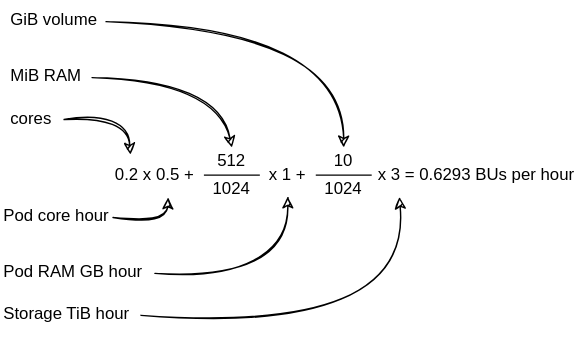
Earlier version of the draw.io export docs/cloud/img/BU-calculation.drawio.svg (CSCfi/csc-user-guide). Source tidied: cells renumbered, new cells last; positions are measured from the earlier drawing's top-left corner, leaving out a move shared by most shapes.
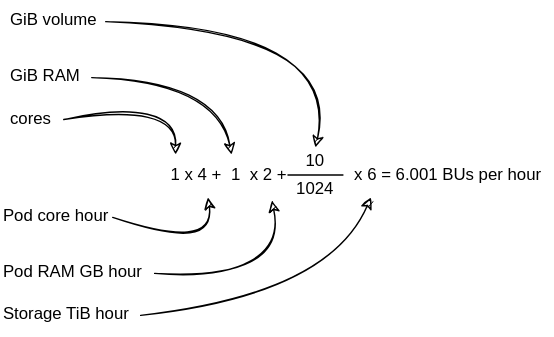
The same diagram one commit later.

The edit, as a diff of the source:
```diff
@@ -2,8 +2,8 @@
   <root>
     <mxCell id="0" />
     <mxCell id="1" parent="0" />
-    <mxCell id="2" value="&amp;nbsp;x 1 +" style="text;html=1;strokeColor=none;fillColor=none;align=center;verticalAlign=middle;whiteSpace=wrap;rounded=0;" parent="1" vertex="1">
-      <mxGeometry x="185" y="110" width="40" height="30" as="geometry" />
+    <mxCell id="2" value="1&amp;nbsp; x 2 +" style="text;html=1;strokeColor=none;fillColor=none;align=center;verticalAlign=middle;whiteSpace=wrap;rounded=0;" parent="1" vertex="1">
+      <mxGeometry x="145" y="110" width="80" height="30" as="geometry" />
     </mxCell>
     <mxCell id="3" value="cores" style="text;html=1;strokeColor=none;fillColor=none;align=left;verticalAlign=middle;whiteSpace=wrap;rounded=0;" parent="1" vertex="1">
       <mxGeometry x="5" y="70" width="40" height="30" as="geometry" />
@@ -11,7 +11,7 @@
     <mxCell id="4" style="curved=1;endArrow=classic;html=1;exitX=1;exitY=0.5;exitDx=0;exitDy=0;sketch=1;entryX=0.25;entryY=0;entryDx=0;entryDy=0;" parent="1" edge="1" source="3" target="7">
       <mxGeometry relative="1" as="geometry">
         <Array as="points">
-          <mxPoint x="90" y="80" />
+          <mxPoint x="125" y="70" />
         </Array>
       </mxGeometry>
     </mxCell>
@@ -21,12 +21,12 @@
     <mxCell id="6" style="curved=1;endArrow=classic;html=1;sketch=1;exitX=1;exitY=0.5;exitDx=0;exitDy=0;entryX=0.635;entryY=1.024;entryDx=0;entryDy=0;entryPerimeter=0;" parent="1" edge="1" source="5" target="7">
       <mxGeometry relative="1" as="geometry">
         <Array as="points">
-          <mxPoint x="119" y="160" />
+          <mxPoint x="155" y="180" />
         </Array>
       </mxGeometry>
     </mxCell>
-    <mxCell id="7" value="0.2 x 0.5 +" style="text;html=1;strokeColor=none;fillColor=none;align=center;verticalAlign=middle;whiteSpace=wrap;rounded=0;" parent="1" vertex="1">
-      <mxGeometry x="75" y="110" width="70" height="30" as="geometry" />
+    <mxCell id="7" value="1 x 4 +" style="text;html=1;strokeColor=none;fillColor=none;align=center;verticalAlign=middle;whiteSpace=wrap;rounded=0;" parent="1" vertex="1">
+      <mxGeometry x="110" y="110" width="60" height="30" as="geometry" />
     </mxCell>
     <mxCell id="8" value="&lt;meta charset=&quot;utf-8&quot;&gt;Pod RAM GB hour" style="text;whiteSpace=wrap;html=1;" parent="1" vertex="1">
       <mxGeometry y="180" width="110" height="30" as="geometry" />
@@ -34,37 +34,25 @@
     <mxCell id="9" value="&lt;meta charset=&quot;utf-8&quot;&gt;Storage TiB hour" style="text;whiteSpace=wrap;html=1;" parent="1" vertex="1">
       <mxGeometry y="210" width="100" height="30" as="geometry" />
     </mxCell>
-    <mxCell id="10" value="&lt;meta charset=&quot;utf-8&quot;&gt;MiB RAM" style="text;whiteSpace=wrap;html=1;" parent="1" vertex="1">
+    <mxCell id="10" value="GiB RAM" style="text;whiteSpace=wrap;html=1;" parent="1" vertex="1">
       <mxGeometry x="5" y="40" width="60" height="30" as="geometry" />
     </mxCell>
-    <mxCell id="11" style="endArrow=none;html=1;sketch=0;" parent="1" edge="1">
-      <mxGeometry relative="1" as="geometry">
-        <mxPoint x="185" y="124.7" as="sourcePoint" />
-        <mxPoint x="145" y="124.7" as="targetPoint" />
-      </mxGeometry>
-    </mxCell>
-    <mxCell id="12" value="x 3 = 0.6293 BUs per hour" style="text;html=1;strokeColor=none;fillColor=none;align=center;verticalAlign=middle;whiteSpace=wrap;rounded=0;" parent="1" vertex="1">
-      <mxGeometry x="265" y="110" width="150" height="30" as="geometry" />
+    <mxCell id="12" value="x 6 = 6.001 BUs per hour" style="text;html=1;strokeColor=none;fillColor=none;align=center;verticalAlign=middle;whiteSpace=wrap;rounded=0;" parent="1" vertex="1">
+      <mxGeometry x="245" y="110" width="150" height="30" as="geometry" />
     </mxCell>
     <mxCell id="13" value="10" style="text;html=1;strokeColor=none;fillColor=none;align=center;verticalAlign=middle;whiteSpace=wrap;rounded=0;" parent="1" vertex="1">
-      <mxGeometry x="215" y="105" width="60" height="20" as="geometry" />
+      <mxGeometry x="195" y="105" width="60" height="20" as="geometry" />
     </mxCell>
     <mxCell id="14" value="1024" style="text;html=1;strokeColor=none;fillColor=none;align=center;verticalAlign=middle;whiteSpace=wrap;rounded=0;" parent="1" vertex="1">
-      <mxGeometry x="215" y="125" width="60" height="20" as="geometry" />
+      <mxGeometry x="195" y="125" width="60" height="20" as="geometry" />
     </mxCell>
     <mxCell id="15" style="endArrow=none;html=1;sketch=0;" parent="1" edge="1">
       <mxGeometry relative="1" as="geometry">
-        <mxPoint x="265" y="124.7" as="sourcePoint" />
-        <mxPoint x="225" y="124.7" as="targetPoint" />
+        <mxPoint x="245" y="124.6" as="sourcePoint" />
+        <mxPoint x="205" y="124.6" as="targetPoint" />
       </mxGeometry>
     </mxCell>
-    <mxCell id="16" value="1024" style="text;html=1;strokeColor=none;fillColor=none;align=center;verticalAlign=middle;whiteSpace=wrap;rounded=0;" parent="1" vertex="1">
-      <mxGeometry x="135" y="125" width="60" height="20" as="geometry" />
-    </mxCell>
-    <mxCell id="17" value="512" style="text;html=1;strokeColor=none;fillColor=none;align=center;verticalAlign=middle;whiteSpace=wrap;rounded=0;" parent="1" vertex="1">
-      <mxGeometry x="135" y="105" width="60" height="20" as="geometry" />
-    </mxCell>
-    <mxCell id="18" style="curved=1;endArrow=classic;html=1;sketch=1;entryX=0.5;entryY=1;entryDx=0;entryDy=0;exitX=1;exitY=0.5;exitDx=0;exitDy=0;" parent="1" edge="1" source="8" target="2">
+    <mxCell id="18" style="curved=1;endArrow=classic;html=1;sketch=1;entryX=0.611;entryY=1.096;entryDx=0;entryDy=0;exitX=1;exitY=0.5;exitDx=0;exitDy=0;entryPerimeter=0;" parent="1" edge="1" source="8" target="2">
       <mxGeometry relative="1" as="geometry">
         <Array as="points">
           <mxPoint x="205" y="200" />
@@ -74,7 +62,7 @@
     <mxCell id="19" style="curved=1;endArrow=classic;html=1;sketch=1;entryX=0.131;entryY=1.02;entryDx=0;entryDy=0;entryPerimeter=0;exitX=1;exitY=0.5;exitDx=0;exitDy=0;" parent="1" edge="1" source="9" target="12">
       <mxGeometry relative="1" as="geometry">
         <Array as="points">
-          <mxPoint x="295" y="240" />
+          <mxPoint x="235" y="210" />
         </Array>
       </mxGeometry>
     </mxCell>
@@ -88,7 +76,7 @@
         </Array>
       </mxGeometry>
     </mxCell>
-    <mxCell id="22" style="curved=1;endArrow=classic;html=1;sketch=1;entryX=0.5;entryY=0;entryDx=0;entryDy=0;exitX=1;exitY=0.5;exitDx=0;exitDy=0;" parent="1" edge="1" source="10" target="17">
+    <mxCell id="22" style="curved=1;endArrow=classic;html=1;sketch=1;entryX=0.25;entryY=0;entryDx=0;entryDy=0;exitX=1;exitY=0.5;exitDx=0;exitDy=0;" parent="1" edge="1" source="10" target="2">
       <mxGeometry relative="1" as="geometry">
         <Array as="points">
           <mxPoint x="155" y="55" />
```
